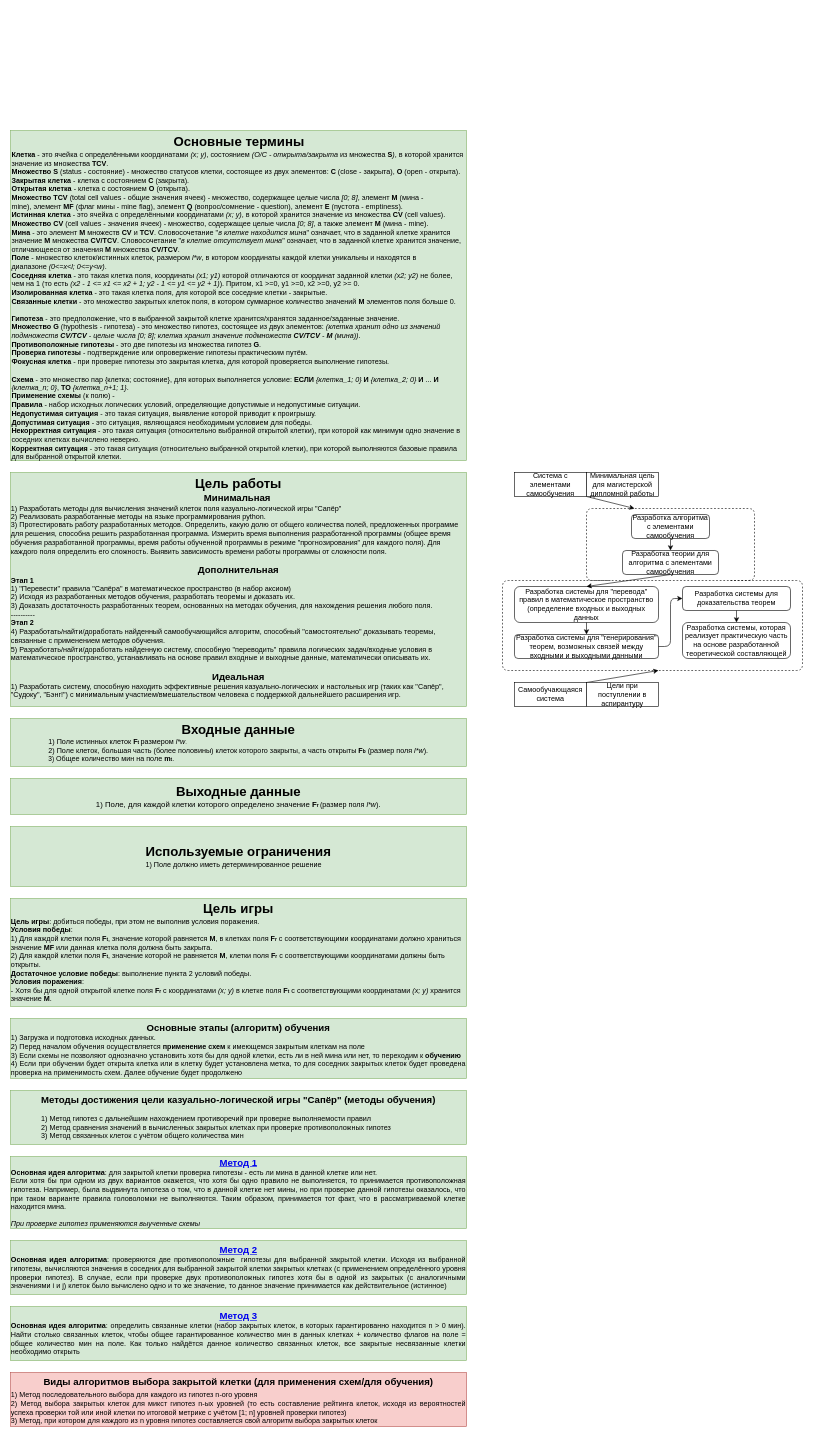
Above: page "Основные данные" (2 of 13) of docs/Сапёр. Описание работы.drawio in xex238/Diploma_2022 (draw.io), before the change. Source tidied: cells renumbered, new cells numbered last; positions are measured from the earlier drawing's top-left corner, leaving out a move shared by most shapes. Both pictures are drawn from the tidied source at 60%, with x=0, y=0 at pixel (10, 130).
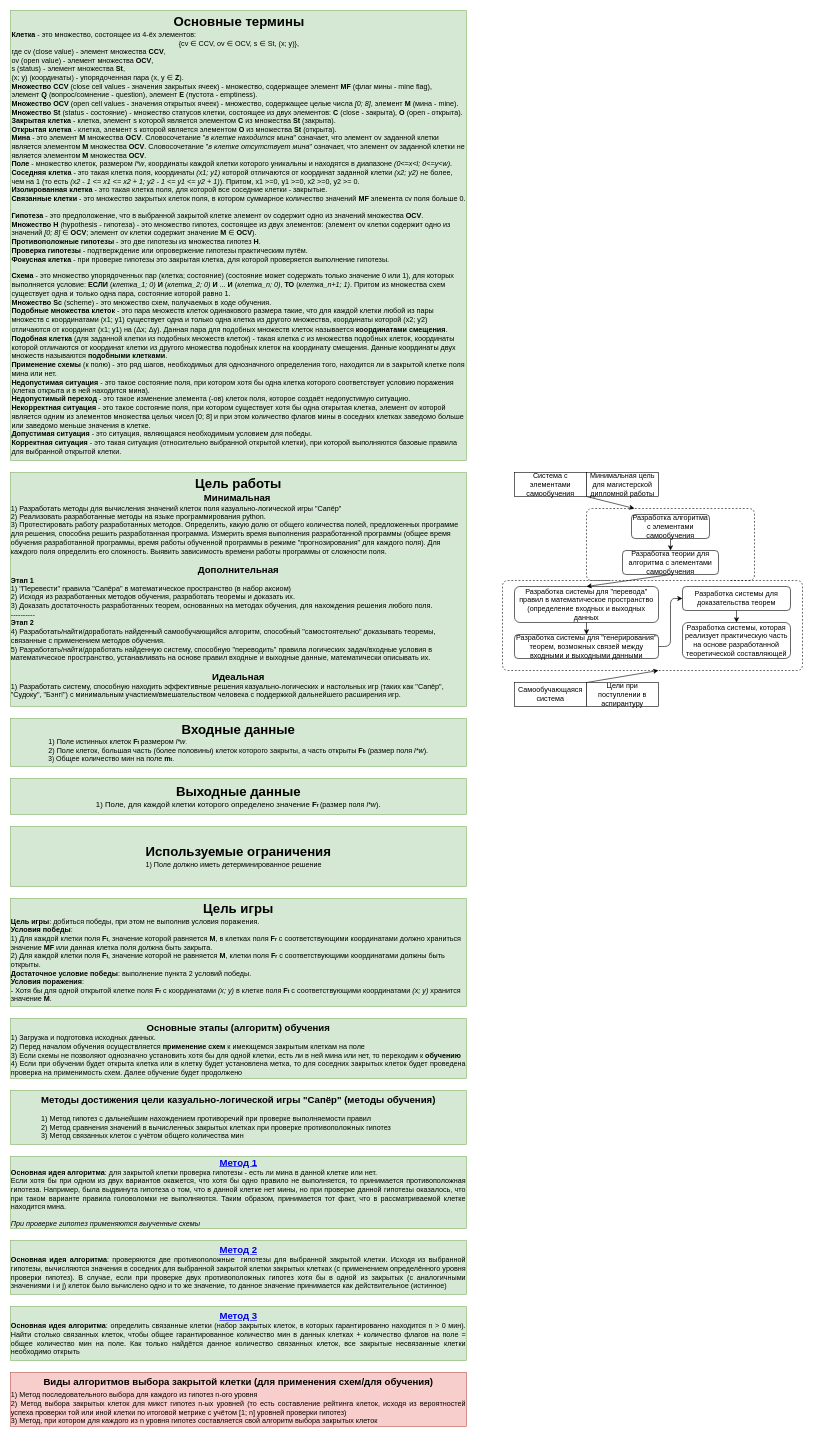
Above is the later version.

What changed in the source:
```diff
@@
-    <mxCell id="2" value="&lt;div style=&quot;text-align: center&quot;&gt;&lt;span&gt;&lt;font style=&quot;font-size: 22px&quot;&gt;&lt;b&gt;Основные термины&lt;/b&gt;&lt;/font&gt;&lt;/span&gt;&lt;/div&gt;&lt;b&gt;Клетка&lt;/b&gt;&amp;nbsp;- это ячейка с определёнными координатами &lt;i&gt;(x; y)&lt;/i&gt;, состоянием &lt;i&gt;(O/C - открыта/закрыта &lt;/i&gt;из множества &lt;b&gt;S&lt;/b&gt;&lt;i&gt;)&lt;/i&gt;, в которой хранится значение из множества &lt;b&gt;TCV&lt;/b&gt;.&lt;br&gt;&lt;b&gt;Множество S&lt;/b&gt;&amp;nbsp;(status - состояние) - множество статусов клетки, состоящее из двух элементов:&amp;nbsp;&lt;b&gt;C&lt;/b&gt;&amp;nbsp;(close - закрыта),&amp;nbsp;&lt;b&gt;O&lt;/b&gt;&amp;nbsp;(open - открыта).&lt;br&gt;&lt;b&gt;Закрытая клетка&lt;/b&gt;&amp;nbsp;- клетка с состоянием&amp;nbsp;&lt;b&gt;C&lt;/b&gt;&amp;nbsp;(закрыта).&lt;br&gt;&lt;b&gt;Открытая клетка&lt;/b&gt;&amp;nbsp;- клетка с состоянием&amp;nbsp;&lt;b&gt;O&lt;/b&gt;&amp;nbsp;(открыта).&lt;br&gt;&lt;b&gt;Множество TCV&amp;nbsp;&lt;/b&gt;(total cell values - общие значения ячеек)&amp;nbsp;- множество, содержащее целые числа&amp;nbsp;&lt;i&gt;[0; 8]&lt;/i&gt;, элемент &lt;b&gt;M&lt;/b&gt;&amp;nbsp;(мина - mine),&amp;nbsp;элемент &lt;b&gt;MF&lt;/b&gt; (флаг мины - mine flag), элемент &lt;b&gt;Q&lt;/b&gt; (вопрос/сомнение - question), элемент &lt;b&gt;E&lt;/b&gt; (пустота - emptiness).&lt;br&gt;&lt;b&gt;Истинная клетка&lt;/b&gt; - это ячейка с определёнными координатами&amp;nbsp;&lt;i&gt;(x; y)&lt;/i&gt;, в которой хранится значение из множества&amp;nbsp;&lt;b&gt;CV&amp;nbsp;&lt;/b&gt;(cell values).&lt;br&gt;&lt;b&gt;Множество CV&lt;/b&gt;&amp;nbsp;(cell values - значения ячеек)&amp;nbsp;- множество, содержащее целые числа &lt;i&gt;[0; 8]&lt;/i&gt;, а также элемент &lt;b&gt;M&lt;/b&gt; (мина - mine).&lt;br&gt;&lt;b&gt;Мина&lt;/b&gt; - это элемент &lt;b&gt;M&lt;/b&gt; множеств&amp;nbsp;&lt;b&gt;СV &lt;/b&gt;и&lt;b&gt; TCV&lt;/b&gt;. Словосочетание &quot;&lt;i&gt;в клетке находится мина&lt;/i&gt;&quot; означает, что в заданной клетке хранится значение &lt;b&gt;M&lt;/b&gt; множества &lt;b&gt;СV/TCV&lt;/b&gt;. Словосочетание &quot;&lt;i&gt;в клетке отсутствует мина&lt;/i&gt;&quot; означает, что в заданной клетке хранится значение, отличающееся от значения &lt;b&gt;M&lt;/b&gt; множества &lt;b&gt;СV/TCV&lt;/b&gt;.&lt;br&gt;&lt;b&gt;Поле&lt;/b&gt;&amp;nbsp;- множество клеток/истинных клеток, размером &lt;i&gt;l*w&lt;/i&gt;, в котором координаты каждой клетки уникальны и находятся в диапазоне&amp;nbsp;&lt;i&gt;(0&amp;lt;=x&amp;lt;l; 0&amp;lt;=y&amp;lt;w)&lt;/i&gt;.&lt;br&gt;&lt;b&gt;Соседняя клетка&lt;/b&gt;&amp;nbsp;- это такая клетка поля, координаты &lt;i&gt;(x1; y1)&lt;/i&gt; которой отличаются от координат заданной клетки &lt;i&gt;(x2; y2)&lt;/i&gt; не более, чем на 1 (то есть &lt;i&gt;(x2 - 1 &amp;lt;= x1 &amp;lt;= x2 + 1; y2 - 1 &amp;lt;= y1 &amp;lt;= y2 + 1)&lt;/i&gt;). Притом, x1 &amp;gt;=0, y1 &amp;gt;=0, x2 &amp;gt;=0, y2 &amp;gt;= 0.&lt;br&gt;&lt;b&gt;Изолированная клетка&lt;/b&gt;&amp;nbsp;- это такая клетка поля, для которой все соседние клетки - закрытые.&lt;br&gt;&lt;b&gt;Связанные клетки&lt;/b&gt;&amp;nbsp;- это множество закрытых клеток поля, в котором суммарное количество значений&amp;nbsp;&lt;b&gt;M&lt;/b&gt;&amp;nbsp;элементов поля больше 0.&lt;br&gt;&lt;b&gt;&lt;br&gt;Гипотеза &lt;/b&gt;- это предположение, что в выбранной закрытой клетке хранится/хранятся заданное/заданные значение.&lt;br&gt;&lt;b&gt;Множество G &lt;/b&gt;(hypothesis - гипотеза)&lt;b&gt;&amp;nbsp;&lt;/b&gt;- это множество гипотез, состоящее из двух элементов: &lt;i&gt;(клетка хранит одно из значений подмножеств&amp;nbsp;&lt;b&gt;СV/TCV&lt;/b&gt; - целые числа [0; 8]; клетка хранит значение подмножеств&amp;nbsp;&lt;b&gt;СV/TCV&lt;/b&gt; - &lt;b&gt;M&lt;/b&gt; (мина))&lt;/i&gt;.&lt;br&gt;&lt;b&gt;Противоположные гипотезы&lt;/b&gt;&amp;nbsp;- это две гипотезы из множества гипотез&amp;nbsp;&lt;b&gt;G&lt;/b&gt;.&lt;br&gt;&lt;b&gt;Проверка гипотезы&lt;/b&gt; - подтверждение или опровержение гипотезы практическим путём.&lt;br&gt;&lt;b&gt;Фокусная клетка&amp;nbsp;&lt;/b&gt;- при проверке гипотезы это закрытая клетка, для которой проверяется выполнение гипотезы.&lt;br&gt;&lt;br&gt;&lt;b&gt;Схема&lt;/b&gt;&amp;nbsp;- это множество пар {клетка; состояние}, для которых выполняется условие: &lt;b&gt;ЕСЛИ&lt;/b&gt; &lt;i&gt;{клетка_1; 0}&lt;/i&gt; &lt;b&gt;И&lt;/b&gt; &lt;i&gt;{клетка_2; 0}&lt;/i&gt; &lt;b&gt;И&lt;/b&gt; ... &lt;b&gt;И&lt;/b&gt; &lt;i&gt;{клетка_n; 0}&lt;/i&gt;, &lt;b&gt;ТО&lt;/b&gt; &lt;i&gt;{клетка_n+1; 1}&lt;/i&gt;.&lt;br&gt;&lt;b&gt;Применение схемы&lt;/b&gt; (к полю) -&amp;nbsp;&lt;br&gt;&lt;b&gt;Правила&lt;/b&gt; - набор исходных логических условий, определяющие допустимые и недопустимые ситуации.&lt;br&gt;&lt;b&gt;Недопустимая ситуация&lt;/b&gt; - это такая ситуация, выявление которой приводит к проигрышу.&lt;br&gt;&lt;b&gt;Допустимая ситуация&lt;/b&gt; - это ситуация, являющаяся необходимым условием для победы.&lt;br&gt;&lt;b&gt;Некорректная ситуация&lt;/b&gt; - это такая ситуация (относительно выбранной открытой клетки), при которой как минимум одно значение в соседних клетках вычислено неверно.&lt;br&gt;&lt;b&gt;Корректная ситуация&lt;/b&gt; - это такая ситуация (относительно выбранной открытой клетки), при которой выполняются базовые правила для выбранной открытой клетки." style="text;html=1;align=left;verticalAlign=top;whiteSpace=wrap;rounded=0;fillColor=#d5e8d4;strokeColor=#82b366;" parent="1" vertex="1">
-      <mxGeometry width="760" height="550" as="geometry" />
+    <mxCell id="2" value="&lt;div style=&quot;text-align: center&quot;&gt;&lt;span&gt;&lt;font style=&quot;font-size: 22px&quot;&gt;&lt;b&gt;Основные термины&lt;/b&gt;&lt;/font&gt;&lt;/span&gt;&lt;/div&gt;&lt;b&gt;Клетка&lt;/b&gt;&amp;nbsp;- это множество, состоящее из 4-ёх элементов:&lt;br&gt;&lt;div style=&quot;text-align: center&quot;&gt;&lt;span&gt;{cv&amp;nbsp;&lt;/span&gt;&lt;span style=&quot;background-color: rgb(213 , 232 , 212)&quot;&gt;∈ CCV, ov&amp;nbsp;&lt;/span&gt;&lt;span style=&quot;background-color: rgb(213 , 232 , 212)&quot;&gt;∈ OCV, s&amp;nbsp;&lt;/span&gt;&lt;span style=&quot;background-color: rgb(213 , 232 , 212)&quot;&gt;∈ St, (x; y)&lt;/span&gt;&lt;span&gt;},&lt;/span&gt;&lt;/div&gt;где cv (close value) - элемент множества &lt;b&gt;CCV&lt;/b&gt;,&lt;br&gt;ov (open value) - элемент множества &lt;b&gt;OCV&lt;/b&gt;,&lt;br&gt;s (status) - элемент множества &lt;b&gt;St&lt;/b&gt;,&lt;br&gt;(x; y) (координаты) - упорядоченная пара (x, y&amp;nbsp;&lt;span style=&quot;background-color: rgb(213 , 232 , 212)&quot;&gt;∈ &lt;b&gt;Z&lt;/b&gt;&lt;/span&gt;).&lt;br&gt;&lt;b&gt;Множество CCV&lt;/b&gt;&amp;nbsp;(close cell values - значения закрытых ячеек)&amp;nbsp;- множество, содержащее элемент&amp;nbsp;&lt;b&gt;MF&lt;/b&gt;&amp;nbsp;(флаг мины - mine flag), элемент&amp;nbsp;&lt;b&gt;Q&lt;/b&gt;&amp;nbsp;(вопрос/сомнение - question), элемент&amp;nbsp;&lt;b&gt;E&lt;/b&gt;&amp;nbsp;(пустота - emptiness).&lt;br&gt;&lt;b&gt;Множество OCV&amp;nbsp;&lt;/b&gt;(open cell values - значения открытых ячеек)&amp;nbsp;- множество, содержащее целые числа&amp;nbsp;&lt;i&gt;[0; 8]&lt;/i&gt;, элемент&amp;nbsp;&lt;b&gt;M&lt;/b&gt;&amp;nbsp;(мина - mine).&lt;br&gt;&lt;b&gt;Множество St&lt;/b&gt;&amp;nbsp;(status - состояние) - множество статусов клетки, состоящее из двух элементов:&amp;nbsp;&lt;b&gt;C&lt;/b&gt;&amp;nbsp;(close - закрыта),&amp;nbsp;&lt;b&gt;O&lt;/b&gt;&amp;nbsp;(open - открыта).&lt;br&gt;&lt;b&gt;Закрытая клетка&lt;/b&gt;&amp;nbsp;- клетка, элемент s которой является элементом&amp;nbsp;&lt;b&gt;C&lt;/b&gt;&amp;nbsp;из множества &lt;b&gt;St &lt;/b&gt;(закрыта).&lt;br&gt;&lt;b&gt;Открытая клетка&lt;/b&gt;&amp;nbsp;- клетка, элемент s которой является элементом&amp;nbsp;&lt;b&gt;O&lt;/b&gt;&amp;nbsp;из множества&amp;nbsp;&lt;b&gt;St&amp;nbsp;&lt;/b&gt;(открыта).&lt;br&gt;&lt;b&gt;Мина&lt;/b&gt; - это элемент &lt;b&gt;M&lt;/b&gt; множества&amp;nbsp;&lt;b&gt;OСV&lt;/b&gt;. Словосочетание &quot;&lt;i&gt;в клетке находится мина&lt;/i&gt;&quot; означает, что элемент ov заданной клетки является элементом&amp;nbsp;&lt;b&gt;M&lt;/b&gt; множества &lt;b&gt;OCV&lt;/b&gt;. Словосочетание &quot;&lt;i&gt;в клетке отсутствует мина&lt;/i&gt;&quot; означает, что элемент ov заданной клетки не является элементом&amp;nbsp;&lt;b&gt;M&lt;/b&gt;&amp;nbsp;множества&amp;nbsp;&lt;b&gt;OCV&lt;/b&gt;.&lt;br&gt;&lt;b&gt;Поле&lt;/b&gt;&amp;nbsp;- множество клеток, размером &lt;i&gt;l*w&lt;/i&gt;, координаты каждой клетки которого уникальны и находятся в диапазоне&amp;nbsp;&lt;i&gt;(0&amp;lt;=x&amp;lt;l; 0&amp;lt;=y&amp;lt;w)&lt;/i&gt;.&lt;br&gt;&lt;b&gt;Соседняя клетка&lt;/b&gt;&amp;nbsp;- это такая клетка поля, координаты &lt;i&gt;(x1; y1)&lt;/i&gt; которой отличаются от координат заданной клетки &lt;i&gt;(x2; y2)&lt;/i&gt; не более, чем на 1 (то есть &lt;i&gt;(x2 - 1 &amp;lt;= x1 &amp;lt;= x2 + 1; y2 - 1 &amp;lt;= y1 &amp;lt;= y2 + 1)&lt;/i&gt;). Притом, x1 &amp;gt;=0, y1 &amp;gt;=0, x2 &amp;gt;=0, y2 &amp;gt;= 0.&lt;br&gt;&lt;b&gt;Изолированная клетка&lt;/b&gt;&amp;nbsp;- это такая клетка поля, для которой все соседние клетки - закрытые.&lt;br&gt;&lt;b&gt;Связанные клетки&lt;/b&gt;&amp;nbsp;- это множество закрытых клеток поля, в котором суммарное количество значений&amp;nbsp;&lt;b&gt;MF&lt;/b&gt;&amp;nbsp;элемента cv поля больше 0.&lt;br&gt;&lt;b&gt;&lt;br&gt;Гипотеза &lt;/b&gt;- это предположение, что в выбранной закрытой клетке элемент ov содержит одно из значений множества &lt;b&gt;OCV&lt;/b&gt;.&lt;br&gt;&lt;b&gt;Множество H&amp;nbsp;&lt;/b&gt;(hypothesis - гипотеза)&lt;b&gt;&amp;nbsp;&lt;/b&gt;- это множество гипотез, состоящее из двух элементов: (элемент ov клетки содержит одно из значений &lt;i&gt;[0; 8]&lt;/i&gt;&amp;nbsp;&lt;span style=&quot;background-color: rgb(213 , 232 , 212)&quot;&gt;∈ &lt;b&gt;OCV&lt;/b&gt;;&amp;nbsp;&lt;/span&gt;элемент ov клетки содержит значение &lt;b&gt;M&lt;/b&gt;&amp;nbsp;&lt;span style=&quot;background-color: rgb(213 , 232 , 212)&quot;&gt;∈&amp;nbsp;&lt;b&gt;OCV&lt;/b&gt;&lt;/span&gt;).&lt;br&gt;&lt;b&gt;Противоположные гипотезы&lt;/b&gt;&amp;nbsp;- это две гипотезы из множества гипотез &lt;b&gt;H&lt;/b&gt;.&lt;br&gt;&lt;b&gt;Проверка гипотезы&lt;/b&gt; - подтверждение или опровержение гипотезы практическим путём.&lt;br&gt;&lt;b&gt;Фокусная клетка&amp;nbsp;&lt;/b&gt;- при проверке гипотезы это закрытая клетка, для которой проверяется выполнение гипотезы.&lt;br&gt;&lt;br&gt;&lt;b&gt;Схема&lt;/b&gt;&amp;nbsp;- это множество упорядоченных пар (клетка; состояние) (состояние может содержать только значение 0 или 1), для которых выполняется условие: &lt;b&gt;ЕСЛИ&lt;/b&gt;&amp;nbsp;(&lt;i&gt;клетка_1; 0)&lt;/i&gt;&amp;nbsp;&lt;b&gt;И&lt;/b&gt;&amp;nbsp;(&lt;i&gt;клетка_2; 0)&lt;/i&gt;&amp;nbsp;&lt;b&gt;И&lt;/b&gt; ... &lt;b&gt;И&lt;/b&gt;&amp;nbsp;(&lt;i&gt;клетка_n; 0)&lt;/i&gt;, &lt;b&gt;ТО&lt;/b&gt;&amp;nbsp;(&lt;i&gt;клетка_n+1; 1)&lt;/i&gt;. Притом из множества схем существует одна и только одна пара, состояние которой равно 1.&lt;br&gt;&lt;b&gt;Множество Sc&lt;/b&gt; (scheme) - это множество схем, получаемых в ходе обучения.&lt;br&gt;&lt;b&gt;Подобные множества клеток&lt;/b&gt; - это пара множеств клеток одинакового размера такие, что для каждой клетки любой из пары множеств с координатами (x1; y1) существует одна и только одна клетка из другого множества, координаты которой (x2; y2) отличаются от координат (x1; y1) на (&lt;span style=&quot;line-height: 150%&quot;&gt;&lt;font style=&quot;font-size: 12px&quot;&gt;Δx;&amp;nbsp;&lt;/font&gt;&lt;/span&gt;Δy). Данная пара для подобных множеств клеток называется &lt;b&gt;координатами смещения&lt;/b&gt;.&lt;br&gt;&lt;b&gt;Подобная клетка&lt;/b&gt; (для заданной клетки из подобных множеств клеток) - такая клетка &lt;i&gt;с&lt;/i&gt; из множества подобных клеток, координаты которой отличаются от координат клетки из другого множества подобных клеток на координату смещения. Данные координаты двух множеств называются &lt;b&gt;подобными клетками&lt;/b&gt;.&lt;br&gt;&lt;b&gt;Применение схемы&lt;/b&gt; (к полю) - это ряд шагов, необходимых для однозначного определения того, находится ли в закрытой клетке поля мина или нет.&lt;br&gt;&lt;b&gt;Недопустимая ситуация&lt;/b&gt; - это такое состояние поля, при котором хотя бы одна клетка которого соответствует условию поражения (клетка открыта и в ней находится мина).&lt;br&gt;&lt;b&gt;Недопустимый переход&lt;/b&gt; - это такое изменение элемента (-ов) клеток поля, которое создаёт недопустимую ситуацию.&lt;br&gt;&lt;b&gt;Некорректная ситуация&lt;/b&gt;&amp;nbsp;- это такое состояние поля, при котором существует хотя бы одна открытая клетка, элемент ov которой является одним из элементов множества целых чисел [0; 8] и при этом количество флагов мины в соседних клетках заведомо больше или заведомо меньше значения в клетке.&lt;br&gt;&lt;b&gt;Допустимая ситуация&lt;/b&gt; - это ситуация, являющаяся необходимым условием для победы.&lt;br&gt;&lt;b&gt;Корректная ситуация&lt;/b&gt; - это такая ситуация (относительно выбранной открытой клетки), при которой выполняются базовые правила для выбранной открытой клетки." style="text;html=1;align=left;verticalAlign=top;whiteSpace=wrap;rounded=0;fillColor=#d5e8d4;strokeColor=#82b366;" parent="1" vertex="1">
+      <mxGeometry y="-200" width="760" height="750" as="geometry" />
     </mxCell>
```
